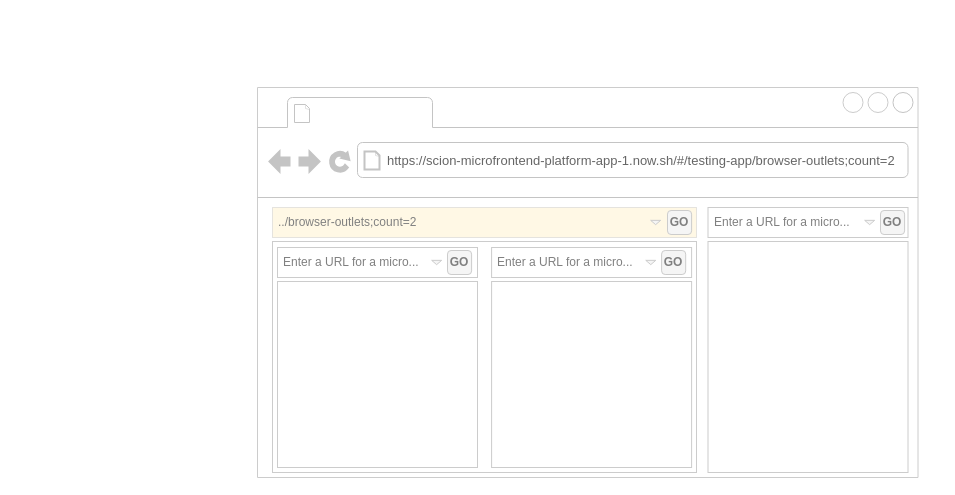
Above: page "e2e-app_nested-browser-outlets-example" (16 of 18) of docs/adoc/microfrontend-platform-developer-guide/developer-guide.drawio in SchweizerischeBundesbahnen/scion-microfrontend-platform (draw.io), before the change. Source tidied: cells renumbered, new cells numbered last; positions are measured from the earlier drawing's top-left corner, leaving out a move shared by most shapes. Both pictures are drawn from the tidied source at 100%, with x=0, y=0 at pixel (17, 17).
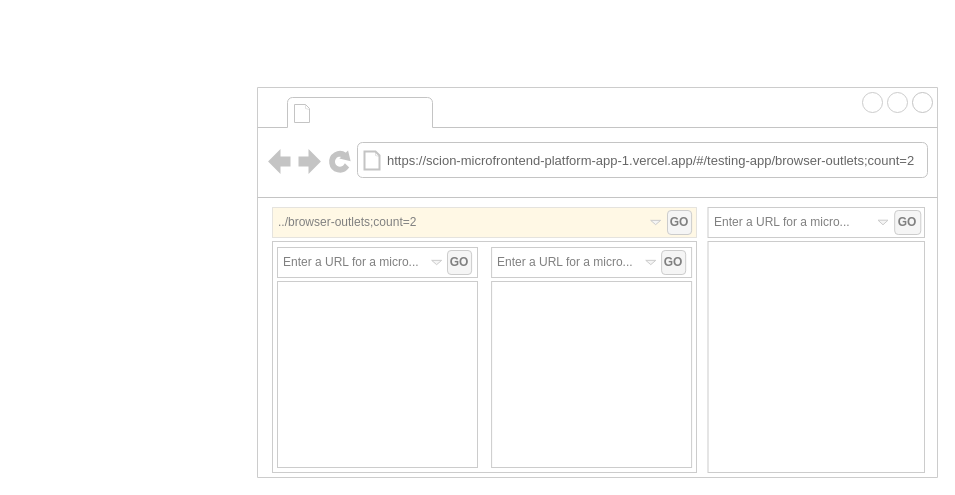
After the change.

Diff of the diagram source:
```diff
@@
     <mxCell id="2" style="strokeWidth=1;shadow=0;align=center;html=1;shape=mxgraph.mockup.containers.browserWindow;rSize=0;strokeColor2=#C4C4C4;strokeColor3=#c4c4c4;mainText=,;comic=0;horizontal=1;verticalAlign=middle;perimeterSpacing=0;noLabel=0;strokeColor=#CCCCCC;" parent="1" vertex="1">
-      <mxGeometry x="240" y="70" width="660.5" height="390" as="geometry" />
+      <mxGeometry x="240" y="70" width="680" height="390" as="geometry" />
     </mxCell>
@@
-    <mxCell id="5" value="&lt;span style=&quot;color: rgb(102 , 102 , 102) ; font-size: 13px&quot;&gt;https://scion-microfrontend-platform-app-1.now.sh/#/testing-app/browser-outlets;count=2&lt;/span&gt;" style="rounded=1;whiteSpace=wrap;html=1;shadow=0;comic=0;strokeColor=none;strokeWidth=1;fillColor=none;fontFamily=Helvetica;fontSize=15;align=left;opacity=50;spacingLeft=27;spacingTop=-2;" parent="2" vertex="1">
-      <mxGeometry x="100.5" y="55.5" width="550" height="35" as="geometry" />
+    <mxCell id="5" value="&lt;span style=&quot;color: rgb(102 , 102 , 102) ; font-size: 13px&quot;&gt;https://scion-microfrontend-platform-app-1.vercel.app/#/testing-app/browser-outlets;count=2&lt;/span&gt;" style="rounded=1;whiteSpace=wrap;html=1;shadow=0;comic=0;strokeColor=none;strokeWidth=1;fillColor=none;fontFamily=Helvetica;fontSize=15;align=left;opacity=50;spacingLeft=27;spacingTop=-2;" parent="2" vertex="1">
+      <mxGeometry x="100.5" y="55.5" width="559.5" height="35" as="geometry" />
     </mxCell>
@@
     <mxCell id="21" style="group;" parent="2" vertex="1">
-      <mxGeometry x="450.5" y="120" width="200" height="265" as="geometry" />
+      <mxGeometry x="450.5" y="120" width="216.5" height="265" as="geometry" />
     </mxCell>
     <mxCell id="22" style="rounded=0;whiteSpace=wrap;html=1;shadow=0;comic=0;strokeColor=#CCCCCC;strokeWidth=1;fontSize=12;fontColor=#808080;align=left;perimeterSpacing=12;" parent="21" vertex="1">
-      <mxGeometry y="34" width="200" height="231" as="geometry" />
+      <mxGeometry y="34" width="216.5" height="231" as="geometry" />
     </mxCell>
     <mxCell id="23" value="Enter a URL for a micro..." style="rounded=0;whiteSpace=wrap;html=1;shadow=0;comic=0;strokeColor=#CCCCCC;strokeWidth=1;fontSize=12;fontColor=#808080;align=left;perimeterSpacing=102;spacingTop=0;spacingLeft=4;" parent="21" vertex="1">
-      <mxGeometry width="200" height="30" as="geometry" />
+      <mxGeometry width="216.5" height="30" as="geometry" />
     </mxCell>
     <mxCell id="24" value="&lt;b&gt;GO&lt;/b&gt;" style="rounded=1;whiteSpace=wrap;html=1;shadow=0;comic=0;strokeColor=#CCCCCC;strokeWidth=1;fontSize=12;fontColor=#808080;fillColor=#f5f5f5;" parent="21" vertex="1">
-      <mxGeometry x="172.5" y="3" width="24.1" height="24" as="geometry" />
+      <mxGeometry x="186.7" y="3" width="26.1" height="24" as="geometry" />
     </mxCell>
     <mxCell id="25" style="triangle;whiteSpace=wrap;html=1;rounded=0;shadow=0;comic=0;strokeColor=#CCCCCC;strokeWidth=1;fillColor=#f5f5f5;fontFamily=Comic Sans MS;fontSize=12;fontColor=#333333;align=left;rotation=90;" parent="21" vertex="1">
-      <mxGeometry x="159.5" y="10" width="4.3" height="10" as="geometry" />
+      <mxGeometry x="172.7" y="10" width="4.6" height="10" as="geometry" />
     </mxCell>
-    <mxCell id="26" style="strokeWidth=1;shadow=0;dashed=0;align=center;html=1;shape=mxgraph.mockup.containers.anchor;rSize=0;fontSize=17;fontColor=#666666;align=left;" parent="1" vertex="1">
-      <mxGeometry width="250" height="26" as="geometry" />
-    </mxCell>
```
